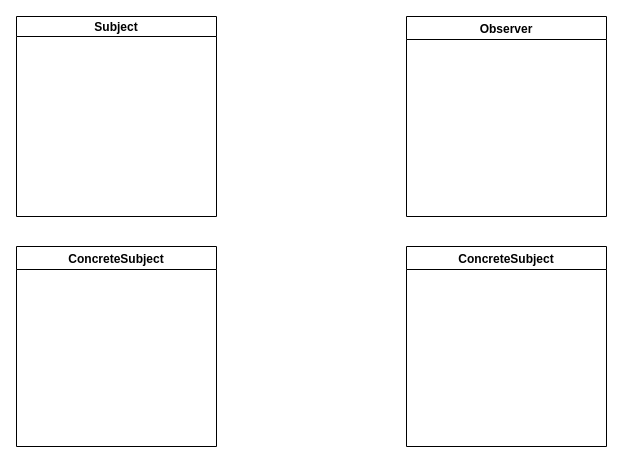
yukun093/observerPattern keeps this draw.io diagram as ObserverPattern.drawio. Above is the earlier version. Source tidied: cells renumbered, new cells numbered last; positions are measured from the earlier drawing's top-left corner, leaving out a move shared by most shapes. Both pictures are drawn from the tidied source at 100%, with x=0, y=0 at pixel (16, 16).
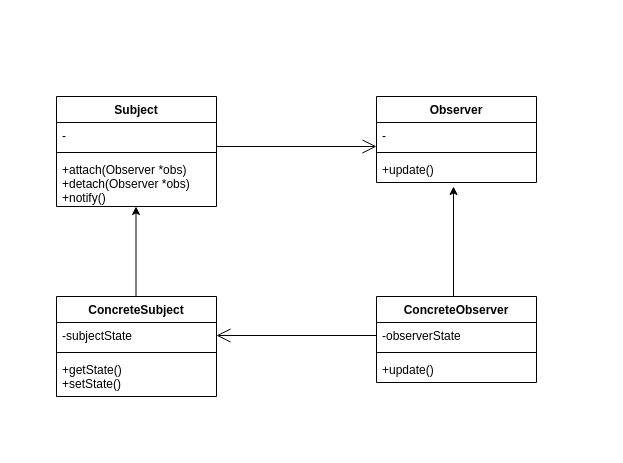
The same diagram, later.

The edit, as a diff of the source:
```diff
@@
-    <mxCell id="2" value="Subject" style="swimlane;startSize=20;" parent="1" vertex="1">
-      <mxGeometry width="200" height="200" as="geometry" />
+    <mxCell id="2" value="Subject" style="swimlane;fontStyle=1;align=center;verticalAlign=top;horizontal=1;startSize=26;" parent="1" vertex="1">
+      <mxGeometry x="40" y="80" width="160" height="110" as="geometry" />
     </mxCell>
-    <mxCell id="3" value="ConcreteSubject" style="swimlane;" parent="1" vertex="1">
-      <mxGeometry y="230" width="200" height="200" as="geometry" />
-    </mxCell>
+    <mxCell id="6" value="-" style="text;strokeColor=none;fillColor=none;align=left;verticalAlign=top;spacingLeft=4;spacingRight=4;overflow=hidden;" parent="2" vertex="1">
+      <mxGeometry y="26" width="160" height="26" as="geometry" />
+    </mxCell>
+    <mxCell id="7" style="line;strokeWidth=1;fillColor=none;align=left;verticalAlign=middle;spacingTop=-1;spacingLeft=3;spacingRight=3;labelPosition=right;" parent="2" vertex="1">
+      <mxGeometry y="52" width="160" height="8" as="geometry" />
+    </mxCell>
+    <mxCell id="8" value="+attach(Observer *obs)&#10;+detach(Observer *obs)&#10;+notify()" style="text;strokeColor=none;fillColor=none;align=left;verticalAlign=top;spacingLeft=4;spacingRight=4;overflow=hidden;" parent="2" vertex="1">
+      <mxGeometry y="60" width="160" height="50" as="geometry" />
+    </mxCell>
-    <mxCell id="4" value="Observer" style="swimlane;" parent="1" vertex="1">
-      <mxGeometry x="390" width="200" height="200" as="geometry" />
+    <mxCell id="4" value="Observer" style="swimlane;fontStyle=1;align=center;verticalAlign=top;horizontal=1;startSize=26;" parent="1" vertex="1">
+      <mxGeometry x="360" y="80" width="160" height="86" as="geometry" />
     </mxCell>
-    <mxCell id="5" value="ConcreteSubject" style="swimlane;" parent="1" vertex="1">
-      <mxGeometry x="390" y="230" width="200" height="200" as="geometry" />
-    </mxCell>
+    <mxCell id="9" value="-" style="text;strokeColor=none;fillColor=none;align=left;verticalAlign=top;spacingLeft=4;spacingRight=4;overflow=hidden;" parent="4" vertex="1">
+      <mxGeometry y="26" width="160" height="26" as="geometry" />
+    </mxCell>
+    <mxCell id="10" style="line;strokeWidth=1;fillColor=none;align=left;verticalAlign=middle;spacingTop=-1;spacingLeft=3;spacingRight=3;labelPosition=right;" parent="4" vertex="1">
+      <mxGeometry y="52" width="160" height="8" as="geometry" />
+    </mxCell>
+    <mxCell id="11" value="+update()" style="text;strokeColor=none;fillColor=none;align=left;verticalAlign=top;spacingLeft=4;spacingRight=4;overflow=hidden;" parent="4" vertex="1">
+      <mxGeometry y="60" width="160" height="26" as="geometry" />
+    </mxCell>
+    <mxCell id="12" value="ConcreteObserver" style="swimlane;fontStyle=1;align=center;verticalAlign=top;horizontal=1;startSize=26;" parent="1" vertex="1">
+      <mxGeometry x="360" y="280" width="160" height="86" as="geometry" />
+    </mxCell>
+    <mxCell id="13" value="-observerState" style="text;strokeColor=none;fillColor=none;align=left;verticalAlign=top;spacingLeft=4;spacingRight=4;overflow=hidden;points=[[0,0.5],[1,0.5]];portConstraint=eastwest;" parent="12" vertex="1">
+      <mxGeometry y="26" width="160" height="26" as="geometry" />
+    </mxCell>
+    <mxCell id="14" style="line;strokeWidth=1;fillColor=none;align=left;verticalAlign=middle;spacingTop=-1;spacingLeft=3;spacingRight=3;labelPosition=right;" parent="12" vertex="1">
+      <mxGeometry y="52" width="160" height="8" as="geometry" />
+    </mxCell>
+    <mxCell id="15" value="+update()" style="text;strokeColor=none;fillColor=none;align=left;verticalAlign=top;spacingLeft=4;spacingRight=4;overflow=hidden;" parent="12" vertex="1">
+      <mxGeometry y="60" width="160" height="26" as="geometry" />
+    </mxCell>
+    <mxCell id="16" value="ConcreteSubject" style="swimlane;fontStyle=1;align=center;verticalAlign=top;horizontal=1;startSize=26;" parent="1" vertex="1">
+      <mxGeometry x="40" y="280" width="160" height="100" as="geometry" />
+    </mxCell>
+    <mxCell id="17" value="-subjectState" style="text;strokeColor=none;fillColor=none;align=left;verticalAlign=top;spacingLeft=4;spacingRight=4;overflow=hidden;points=[[0,0.5],[1,0.5]];portConstraint=eastwest;" parent="16" vertex="1">
+      <mxGeometry y="26" width="160" height="26" as="geometry" />
+    </mxCell>
+    <mxCell id="18" style="line;strokeWidth=1;fillColor=none;align=left;verticalAlign=middle;spacingTop=-1;spacingLeft=3;spacingRight=3;labelPosition=right;" parent="16" vertex="1">
+      <mxGeometry y="52" width="160" height="8" as="geometry" />
+    </mxCell>
+    <mxCell id="19" value="+getState()&#10;+setState()" style="text;strokeColor=none;fillColor=none;align=left;verticalAlign=top;spacingLeft=4;spacingRight=4;overflow=hidden;" parent="16" vertex="1">
+      <mxGeometry y="60" width="160" height="40" as="geometry" />
+    </mxCell>
+    <mxCell id="20" style="endArrow=open;endFill=1;endSize=12;html=1;rounded=0;" parent="1" edge="1">
+      <mxGeometry relative="1" as="geometry">
+        <mxPoint x="200" y="130" as="sourcePoint" />
+        <mxPoint x="360" y="130" as="targetPoint" />
+      </mxGeometry>
+    </mxCell>
+    <mxCell id="21" style="endArrow=open;endFill=1;endSize=12;html=1;rounded=0;exitX=0;exitY=0.5;exitDx=0;exitDy=0;" parent="1" edge="1" source="13" target="17">
+      <mxGeometry relative="1" as="geometry" />
+    </mxCell>
+    <mxCell id="22" style="endArrow=classic;html=1;rounded=0;" parent="1" edge="1">
+      <mxGeometry relative="1" as="geometry">
+        <mxPoint x="437" y="280" as="sourcePoint" />
+        <mxPoint x="437" y="170" as="targetPoint" />
+      </mxGeometry>
+    </mxCell>
+    <mxCell id="23" style="endArrow=classic;html=1;rounded=0;" parent="1" edge="1">
+      <mxGeometry relative="1" as="geometry">
+        <mxPoint x="119.5" y="280" as="sourcePoint" />
+        <mxPoint x="119.5" y="190" as="targetPoint" />
+      </mxGeometry>
+    </mxCell>
```
